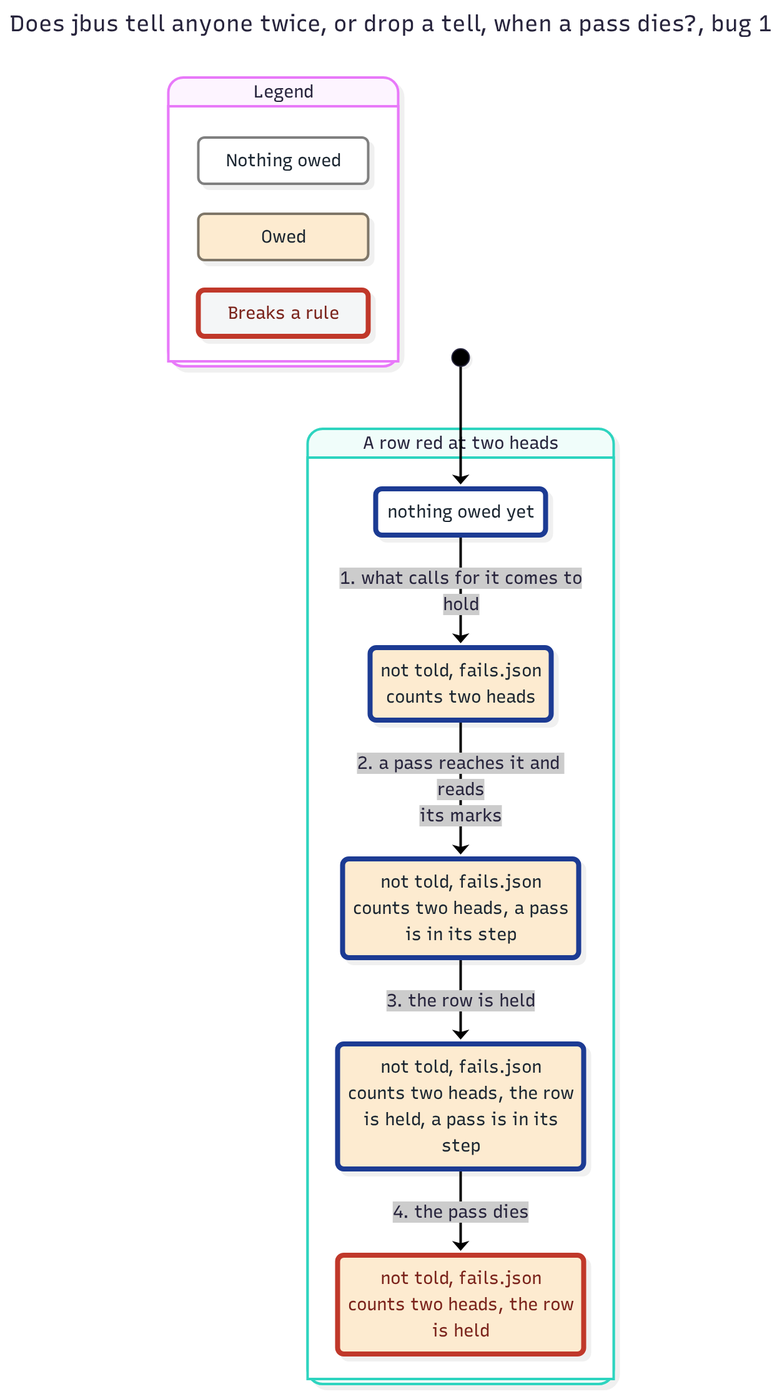
This is features/jbus/spec/TellOnce-statechart/bug-1.png from JoshuaHayesWasHere/jstack, a Mermaid export, as it was before one commit. Its source is kept beside it as features/jbus/spec/TellOnce-statechart/bug-1.mmd.
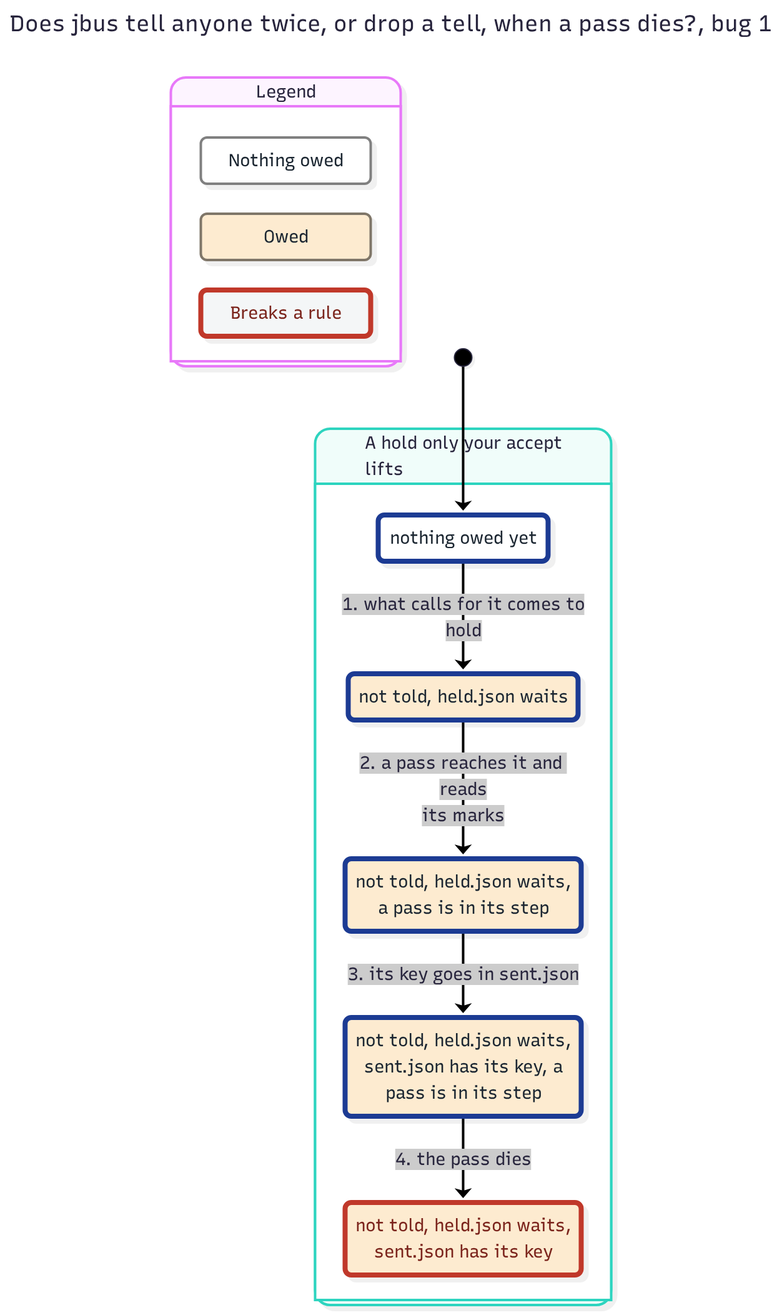
Later version of the same file.

Change to the diagram source:
```diff
@@ -20,17 +20,17 @@
   class legendGroup0 group0
   class legendGroup1 group1
   class legendWrong plainWrong
-  state "A row red at two heads" as g0 {
-    state "not told, fails.json<br/>counts two heads" as s0
-    state "not told, fails.json<br/>counts two heads, a pass<br/>is in its step" as s1
-    state "not told, fails.json<br/>counts two heads, the row<br/>is held" as s2
-    state "not told, fails.json<br/>counts two heads, the row<br/>is held, a pass is in its<br/>step" as s3
+  state "A hold only your accept<br/>lifts" as g0 {
+    state "not told, held.json waits" as s0
+    state "not told, held.json waits,<br/>a pass is in its step" as s1
+    state "not told, held.json waits,<br/>sent.json has its key" as s2
+    state "not told, held.json waits,<br/>sent.json has its key, a<br/>pass is in its step" as s3
     state "nothing owed yet" as s4
   }
   [*] --> s4
   s4 --> s0 : 1. what calls for it comes to<br/>hold
   s0 --> s1 : 2. a pass reaches it and reads<br/>its marks
-  s1 --> s3 : 3. the row is held
+  s1 --> s3 : 3. its key goes in sent.json
   s3 --> s2 : 4. the pass dies
   class s0 group1Path
   class s1 group1Path
```
